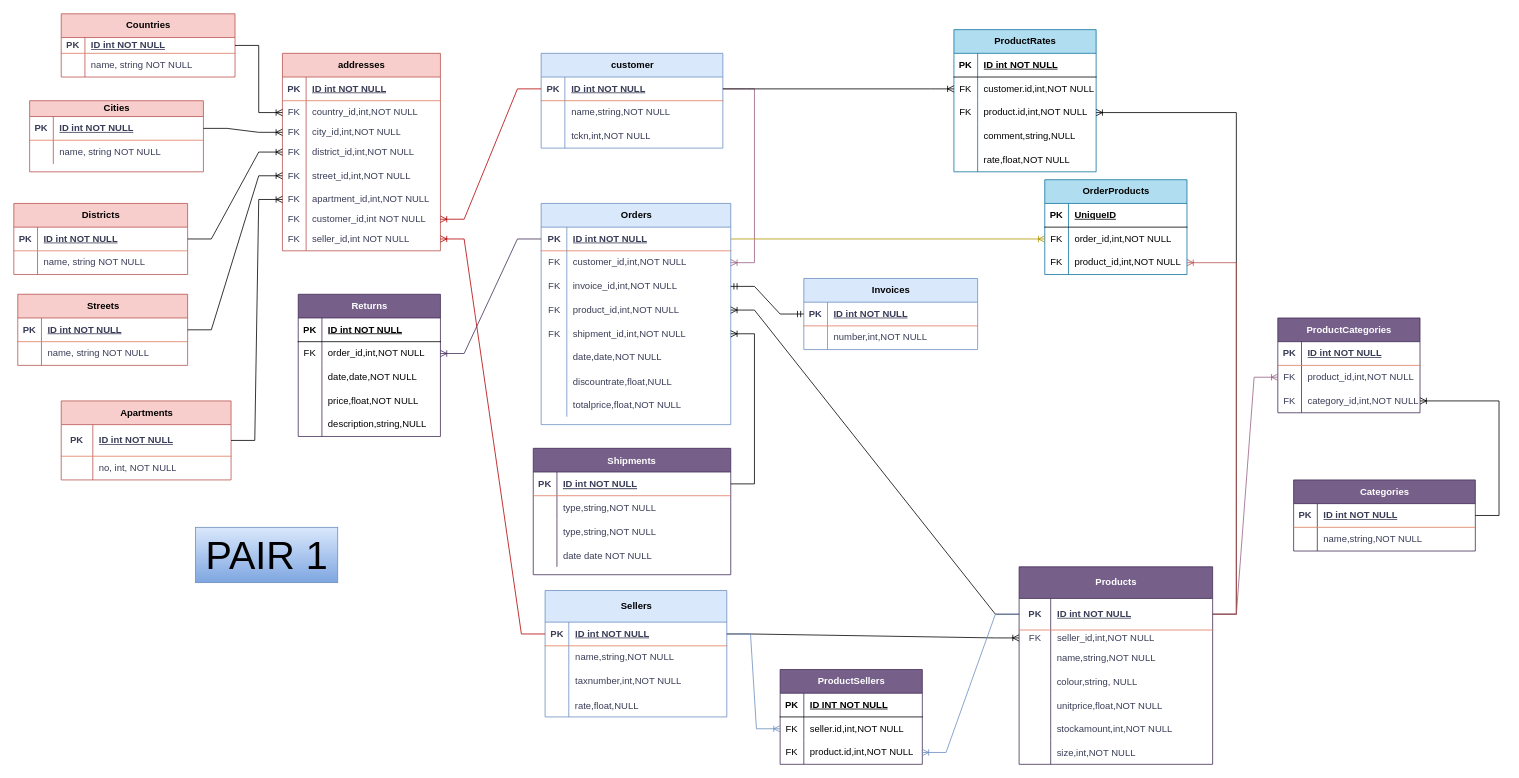
The draw.io diagram Untitled Diagram.drawio in ugurhdml/Etiya-Akademi-Python, before the edit. Source tidied: cells renumbered, new cells numbered last; positions are measured from the earlier drawing's top-left corner, leaving out a move shared by most shapes. Both pictures are drawn from the tidied source at 79%, with x=0, y=0 at pixel (13, 13).
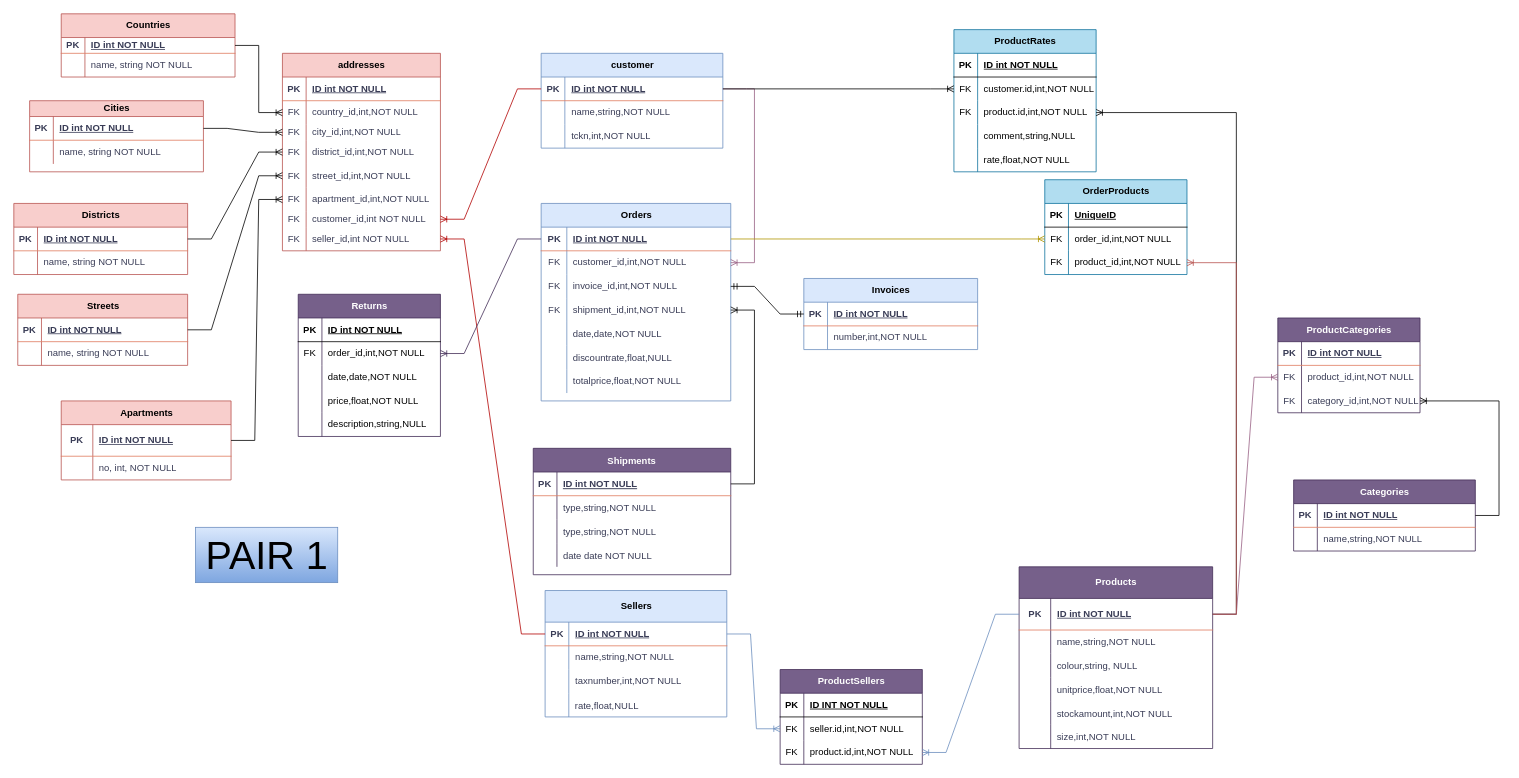
The same page after the edit.

Unchanged cells that the change refers to:
```xml
<mxCell id="48" style="shape=tableRow;horizontal=0;startSize=0;swimlaneHead=0;swimlaneBody=0;fillColor=none;points=[[0,0.5],[1,0.5]];portConstraint=eastwest;top=0;left=0;right=0;bottom=1;labelBackgroundColor=none;strokeColor=#E07A5F;fontColor=#393C56;" parent="47" vertex="1">
  <mxGeometry y="40" width="245" height="40" as="geometry" />
</mxCell>
<mxCell id="122" style="shape=tableRow;horizontal=0;startSize=0;swimlaneHead=0;swimlaneBody=0;fillColor=none;points=[[0,0.5],[1,0.5]];portConstraint=eastwest;top=0;left=0;right=0;bottom=1;labelBackgroundColor=none;strokeColor=#E07A5F;fontColor=#393C56;" parent="121" vertex="1">
  <mxGeometry y="40" width="230" height="30" as="geometry" />
</mxCell>
```

What changed in the source:
```diff
@@
     <mxCell id="47" value="Products" style="shape=table;startSize=40;childLayout=tableLayout;rowLines=0;fontStyle=1;align=center;html=1;labelBackgroundColor=none;fillColor=#76608a;strokeColor=#432D57;fontColor=#ffffff;" parent="1" vertex="1">
-      <mxGeometry x="1272.5" y="700" width="245" height="250" as="geometry" />
+      <mxGeometry x="1272.5" y="700" width="245" height="230" as="geometry" />
     </mxCell>
@@
-    <mxCell id="51" style="shape=tableRow;horizontal=0;startSize=0;swimlaneHead=0;swimlaneBody=0;fillColor=none;points=[[0,0.5],[1,0.5]];portConstraint=eastwest;top=0;left=0;right=0;bottom=0;labelBackgroundColor=none;strokeColor=#E07A5F;fontColor=#393C56;" parent="47" vertex="1">
-      <mxGeometry y="80" width="245" height="20" as="geometry" />
-    </mxCell>
-    <mxCell id="52" value="FK" style="shape=partialRectangle;fillColor=none;top=0;left=0;bottom=0;right=0;fontStyle=0;overflow=hidden;whiteSpace=wrap;html=1;labelBackgroundColor=none;strokeColor=#E07A5F;fontColor=#393C56;" parent="51" vertex="1">
-      <mxGeometry width="40" height="20" as="geometry" />
-    </mxCell>
-    <mxCell id="53" value="seller_id,int,NOT NULL" style="shape=partialRectangle;fillColor=none;top=0;left=0;bottom=0;right=0;align=left;spacingLeft=6;fontStyle=0;overflow=hidden;whiteSpace=wrap;html=1;labelBackgroundColor=none;strokeColor=#E07A5F;fontColor=#393C56;" parent="51" vertex="1">
-      <mxGeometry x="40" width="205" height="20" as="geometry" />
-    </mxCell>
     <mxCell id="54" style="shape=tableRow;horizontal=0;startSize=0;swimlaneHead=0;swimlaneBody=0;fillColor=none;top=0;left=0;right=0;bottom=0;labelBackgroundColor=none;strokeColor=#E07A5F;fontColor=#393C56;" parent="47" vertex="1">
-      <mxGeometry y="100" width="245" height="30" as="geometry" />
+      <mxGeometry y="80" width="245" height="30" as="geometry" />
     </mxCell>
@@
     <mxCell id="57" style="shape=tableRow;horizontal=0;startSize=0;swimlaneHead=0;swimlaneBody=0;fillColor=none;top=0;left=0;right=0;bottom=0;labelBackgroundColor=none;strokeColor=#E07A5F;fontColor=#393C56;" parent="47" vertex="1">
-      <mxGeometry y="130" width="245" height="30" as="geometry" />
+      <mxGeometry y="110" width="245" height="30" as="geometry" />
     </mxCell>
@@
     <mxCell id="60" style="shape=tableRow;horizontal=0;startSize=0;swimlaneHead=0;swimlaneBody=0;fillColor=none;top=0;left=0;right=0;bottom=0;labelBackgroundColor=none;strokeColor=#E07A5F;fontColor=#393C56;" parent="47" vertex="1">
-      <mxGeometry y="160" width="245" height="30" as="geometry" />
+      <mxGeometry y="140" width="245" height="30" as="geometry" />
     </mxCell>
@@
     <mxCell id="63" style="shape=tableRow;horizontal=0;startSize=0;swimlaneHead=0;swimlaneBody=0;fillColor=none;top=0;left=0;right=0;bottom=0;labelBackgroundColor=none;strokeColor=#E07A5F;fontColor=#393C56;" parent="47" vertex="1">
-      <mxGeometry y="190" width="245" height="30" as="geometry" />
+      <mxGeometry y="170" width="245" height="30" as="geometry" />
     </mxCell>
@@
     <mxCell id="66" style="shape=tableRow;horizontal=0;startSize=0;swimlaneHead=0;swimlaneBody=0;fillColor=none;top=0;left=0;right=0;bottom=0;labelBackgroundColor=none;strokeColor=#E07A5F;fontColor=#393C56;" parent="47" vertex="1">
-      <mxGeometry y="220" width="245" height="30" as="geometry" />
+      <mxGeometry y="200" width="245" height="30" as="geometry" />
     </mxCell>
@@
     <mxCell id="134" value="Orders" style="shape=table;startSize=30;childLayout=tableLayout;rowLines=0;fontStyle=1;align=center;html=1;labelBackgroundColor=none;fillColor=#dae8fc;strokeColor=#6c8ebf;" parent="1" vertex="1">
-      <mxGeometry x="667.5" y="240" width="240" height="280" as="geometry" />
+      <mxGeometry x="667.5" y="240" width="240" height="250" as="geometry" />
     </mxCell>
@@
-    <mxCell id="144" style="shape=tableRow;horizontal=0;startSize=0;swimlaneHead=0;swimlaneBody=0;fillColor=none;points=[[0,0.5],[1,0.5]];portConstraint=eastwest;top=0;left=0;right=0;bottom=0;labelBackgroundColor=none;strokeColor=#E07A5F;fontColor=#393C56;" parent="134" vertex="1">
-      <mxGeometry y="120" width="240" height="30" as="geometry" />
-    </mxCell>
-    <mxCell id="145" value="FK" style="shape=partialRectangle;fillColor=none;top=0;left=0;bottom=0;right=0;fontStyle=0;overflow=hidden;whiteSpace=wrap;html=1;labelBackgroundColor=none;strokeColor=#E07A5F;fontColor=#393C56;" parent="144" vertex="1">
-      <mxGeometry width="32.5" height="30" as="geometry" />
-    </mxCell>
-    <mxCell id="146" value="product_id,int,NOT NULL" style="shape=partialRectangle;fillColor=none;top=0;left=0;bottom=0;right=0;align=left;spacingLeft=6;fontStyle=0;overflow=hidden;whiteSpace=wrap;html=1;labelBackgroundColor=none;strokeColor=#E07A5F;fontColor=#393C56;" parent="144" vertex="1">
-      <mxGeometry x="32.5" width="207.5" height="30" as="geometry" />
-    </mxCell>
     <mxCell id="147" style="shape=tableRow;horizontal=0;startSize=0;swimlaneHead=0;swimlaneBody=0;fillColor=none;points=[[0,0.5],[1,0.5]];portConstraint=eastwest;top=0;left=0;right=0;bottom=0;labelBackgroundColor=none;strokeColor=#E07A5F;fontColor=#393C56;" parent="134" vertex="1">
-      <mxGeometry y="150" width="240" height="30" as="geometry" />
+      <mxGeometry y="120" width="240" height="30" as="geometry" />
     </mxCell>
@@
     <mxCell id="150" style="shape=tableRow;horizontal=0;startSize=0;swimlaneHead=0;swimlaneBody=0;fillColor=none;top=0;left=0;right=0;bottom=0;labelBackgroundColor=none;strokeColor=#E07A5F;fontColor=#393C56;" parent="134" vertex="1">
-      <mxGeometry y="180" width="240" height="30" as="geometry" />
+      <mxGeometry y="150" width="240" height="30" as="geometry" />
     </mxCell>
@@
     <mxCell id="153" style="shape=tableRow;horizontal=0;startSize=0;swimlaneHead=0;swimlaneBody=0;fillColor=none;top=0;left=0;right=0;bottom=0;labelBackgroundColor=none;strokeColor=#E07A5F;fontColor=#393C56;" parent="134" vertex="1">
-      <mxGeometry y="210" width="240" height="30" as="geometry" />
+      <mxGeometry y="180" width="240" height="30" as="geometry" />
     </mxCell>
@@
     <mxCell id="156" style="shape=tableRow;horizontal=0;startSize=0;swimlaneHead=0;swimlaneBody=0;fillColor=none;top=0;left=0;right=0;bottom=0;labelBackgroundColor=none;strokeColor=#E07A5F;fontColor=#393C56;" parent="134" vertex="1">
-      <mxGeometry y="240" width="240" height="30" as="geometry" />
+      <mxGeometry y="210" width="240" height="30" as="geometry" />
     </mxCell>
@@
-    <mxCell id="208" style="edgeStyle=entityRelationEdgeStyle;fontSize=12;html=1;endArrow=ERoneToMany;rounded=0;" parent="1" edge="1" source="122" target="51">
-      <mxGeometry relative="1" as="geometry" />
-    </mxCell>
@@
-    <mxCell id="226" style="edgeStyle=entityRelationEdgeStyle;fontSize=12;html=1;endArrow=ERoneToMany;rounded=0;" parent="1" edge="1" source="48" target="144">
-      <mxGeometry relative="1" as="geometry" />
-    </mxCell>
```
